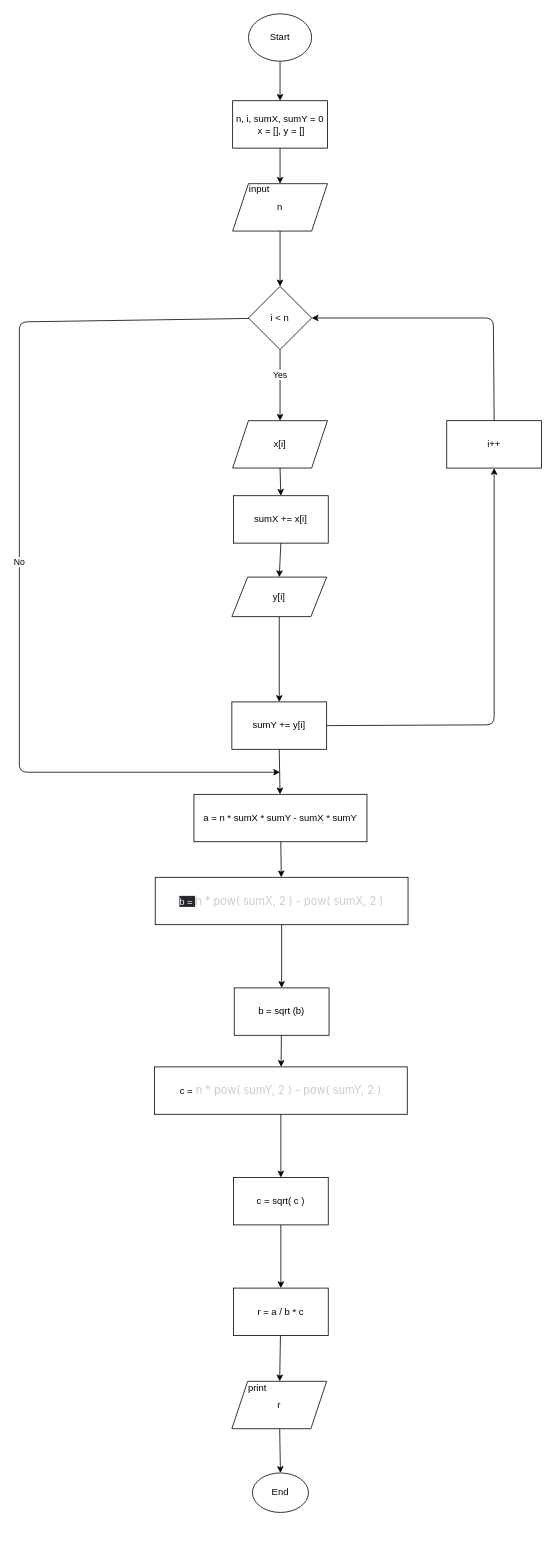
Before: correlation/model.drawio in AhmedSaladin/studies, a draw.io diagram. Source tidied: cells renumbered, new cells numbered last; positions are measured from the earlier drawing's top-left corner, leaving out a move shared by most shapes. Both pictures are drawn from the tidied source at 79%, with x=0, y=0 at pixel (19, 13).
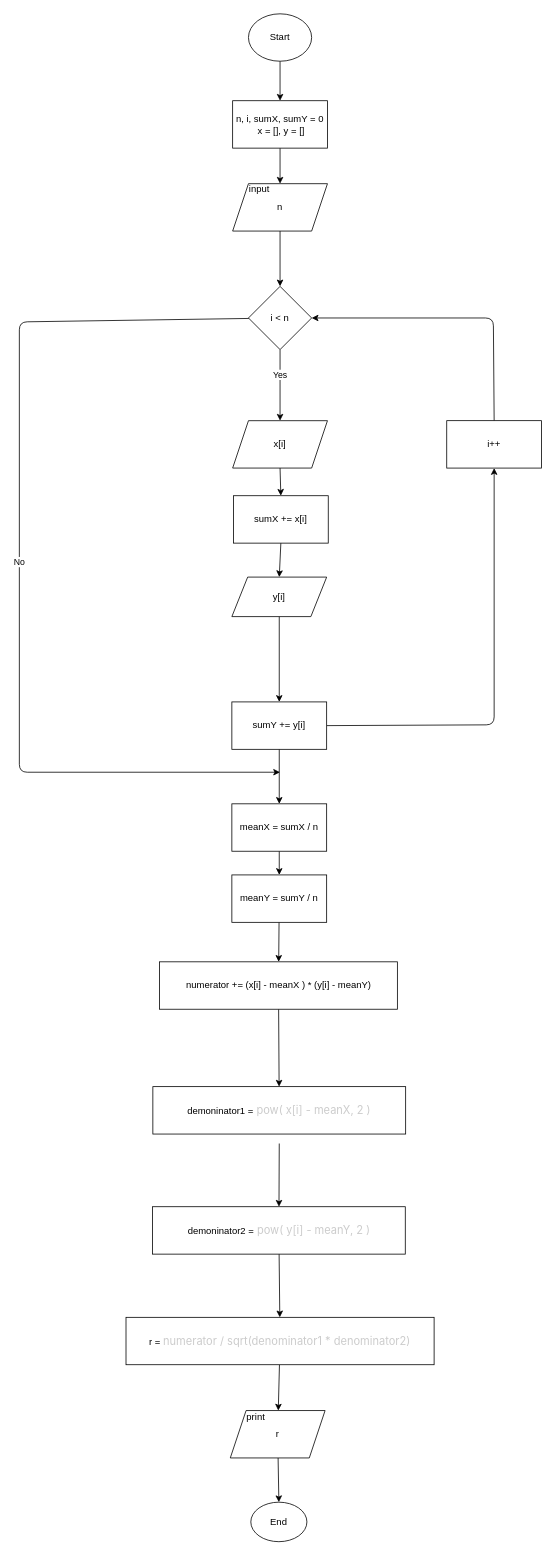
Above is the later version.

Commit message (it also covers changes not shown here):
fix algorithm bug

Unchanged cells that the change refers to:
```xml
<mxCell id="23" value="sumY += y[i]" style="rounded=0;whiteSpace=wrap;html=1;" parent="1" vertex="1">
  <mxGeometry x="269" y="871" width="120" height="60" as="geometry" />
</mxCell>
```

The edit, as a diff of the source:
```diff
@@
-    <mxCell id="22" style="edgeStyle=none;html=1;exitX=0.5;exitY=1;exitDx=0;exitDy=0;" parent="1" edge="1" source="23" target="25">
-      <mxGeometry relative="1" as="geometry" />
-    </mxCell>
+    <mxCell id="40" style="edgeStyle=none;html=1;" parent="1" edge="1" source="23" target="43">
+      <mxGeometry relative="1" as="geometry" />
+    </mxCell>
@@
-    <mxCell id="24" style="edgeStyle=none;html=1;" parent="1" edge="1" source="25" target="27">
-      <mxGeometry relative="1" as="geometry" />
-    </mxCell>
+    <mxCell id="41" style="edgeStyle=none;html=1;" parent="1" edge="1" source="25" target="29">
+      <mxGeometry relative="1" as="geometry" />
+    </mxCell>
-    <mxCell id="25" value="a = n * sumX * sumY - sumX * sumY" style="rounded=0;whiteSpace=wrap;html=1;" parent="1" vertex="1">
-      <mxGeometry x="221" y="988" width="219" height="60" as="geometry" />
+    <mxCell id="25" value="numerator += (x[i] - meanX ) * (y[i] - meanY)" style="rounded=0;whiteSpace=wrap;html=1;" parent="1" vertex="1">
+      <mxGeometry x="177.5" y="1200" width="301" height="60" as="geometry" />
     </mxCell>
-    <mxCell id="26" style="edgeStyle=none;html=1;" parent="1" edge="1" source="27" target="33">
-      <mxGeometry relative="1" as="geometry" />
-    </mxCell>
-    <mxCell id="27" value="&lt;span style=&quot;color: rgb(240, 240, 240); font-family: Helvetica; font-size: 12px; font-style: normal; font-variant-ligatures: normal; font-variant-caps: normal; font-weight: 400; letter-spacing: normal; orphans: 2; text-align: center; text-indent: 0px; text-transform: none; widows: 2; word-spacing: 0px; -webkit-text-stroke-width: 0px; background-color: rgb(42, 37, 47); text-decoration-thickness: initial; text-decoration-style: initial; text-decoration-color: initial; float: none; display: inline !important;&quot;&gt;b =&amp;nbsp;&lt;/span&gt;&lt;span style=&quot;color: rgb(204, 204, 204); font-family: -apple-system, &amp;quot;system-ui&amp;quot;, &amp;quot;Segoe WPC&amp;quot;, &amp;quot;Segoe UI&amp;quot;, system-ui, Ubuntu, &amp;quot;Droid Sans&amp;quot;, sans-serif; font-size: 14px; text-align: left;&quot;&gt;n * pow( sumX, 2 ) - pow( sumX, 2 )&lt;/span&gt;" style="whiteSpace=wrap;html=1;" parent="1" vertex="1">
-      <mxGeometry x="172" y="1093" width="320" height="60" as="geometry" />
-    </mxCell>
-    <mxCell id="28" style="edgeStyle=none;html=1;" parent="1" edge="1" source="29" target="31">
-      <mxGeometry relative="1" as="geometry" />
+    <mxCell id="28" style="edgeStyle=none;html=1;" parent="1" edge="1" target="31">
+      <mxGeometry relative="1" as="geometry">
+        <mxPoint x="329" y="1430" as="sourcePoint" />
+      </mxGeometry>
     </mxCell>
-    <mxCell id="29" value="c =&lt;span style=&quot;color: rgb(204, 204, 204); font-family: -apple-system, &amp;quot;system-ui&amp;quot;, &amp;quot;Segoe WPC&amp;quot;, &amp;quot;Segoe UI&amp;quot;, system-ui, Ubuntu, &amp;quot;Droid Sans&amp;quot;, sans-serif; font-size: 14px; text-align: left;&quot;&gt;&amp;nbsp;n * pow( sumY, 2 ) - pow( sumY, 2 )&lt;/span&gt;" style="whiteSpace=wrap;html=1;" parent="1" vertex="1">
-      <mxGeometry x="171" y="1333" width="320" height="60" as="geometry" />
+    <mxCell id="29" value="demoninator1 =&lt;span style=&quot;color: rgb(204, 204, 204); font-family: -apple-system, &amp;quot;system-ui&amp;quot;, &amp;quot;Segoe WPC&amp;quot;, &amp;quot;Segoe UI&amp;quot;, system-ui, Ubuntu, &amp;quot;Droid Sans&amp;quot;, sans-serif; font-size: 14px; text-align: left;&quot;&gt;&amp;nbsp;pow( x[i] - meanX, 2 )&lt;/span&gt;" style="whiteSpace=wrap;html=1;" parent="1" vertex="1">
+      <mxGeometry x="169" y="1358" width="320" height="60" as="geometry" />
     </mxCell>
@@
-    <mxCell id="31" value="c = sqrt( c )" style="whiteSpace=wrap;html=1;" parent="1" vertex="1">
-      <mxGeometry x="271" y="1473" width="120" height="60" as="geometry" />
+    <mxCell id="31" value="demoninator2 =&lt;span style=&quot;color: rgb(204, 204, 204); font-family: -apple-system, &amp;quot;system-ui&amp;quot;, &amp;quot;Segoe WPC&amp;quot;, &amp;quot;Segoe UI&amp;quot;, system-ui, Ubuntu, &amp;quot;Droid Sans&amp;quot;, sans-serif; font-size: 14px; text-align: left;&quot;&gt;&amp;nbsp;pow( y[i] - meanY, 2 )&lt;/span&gt;" style="whiteSpace=wrap;html=1;" parent="1" vertex="1">
+      <mxGeometry x="168.5" y="1510" width="320" height="60" as="geometry" />
     </mxCell>
-    <mxCell id="32" style="edgeStyle=none;html=1;" parent="1" edge="1" source="33" target="29">
-      <mxGeometry relative="1" as="geometry" />
-    </mxCell>
-    <mxCell id="33" value="b = sqrt (b)" style="whiteSpace=wrap;html=1;" parent="1" vertex="1">
-      <mxGeometry x="272" y="1233" width="120" height="60" as="geometry" />
-    </mxCell>
@@
-    <mxCell id="35" value="r = a / b * c" style="whiteSpace=wrap;html=1;" parent="1" vertex="1">
-      <mxGeometry x="271" y="1613" width="120" height="60" as="geometry" />
+    <mxCell id="35" value="r =&amp;nbsp;&lt;span style=&quot;color: rgb(204, 204, 204); font-family: -apple-system, &amp;quot;system-ui&amp;quot;, &amp;quot;Segoe WPC&amp;quot;, &amp;quot;Segoe UI&amp;quot;, system-ui, Ubuntu, &amp;quot;Droid Sans&amp;quot;, sans-serif; font-size: 14px; text-align: left;&quot;&gt;numerator / sqrt(denominator1 * denominator2)&lt;/span&gt;" style="whiteSpace=wrap;html=1;" parent="1" vertex="1">
+      <mxGeometry x="135" y="1650" width="390" height="60" as="geometry" />
     </mxCell>
@@
     <mxCell id="37" value="r" style="shape=parallelogram;perimeter=parallelogramPerimeter;whiteSpace=wrap;html=1;fixedSize=1;" parent="1" vertex="1">
-      <mxGeometry x="269" y="1731" width="120" height="60" as="geometry" />
+      <mxGeometry x="267" y="1768" width="120" height="60" as="geometry" />
     </mxCell>
     <mxCell id="38" value="print" style="text;html=1;strokeColor=none;fillColor=none;align=center;verticalAlign=middle;whiteSpace=wrap;rounded=0;" parent="1" vertex="1">
-      <mxGeometry x="277" y="1730" width="49" height="20" as="geometry" />
+      <mxGeometry x="275" y="1767" width="49" height="20" as="geometry" />
     </mxCell>
     <mxCell id="39" value="End" style="ellipse;whiteSpace=wrap;html=1;" parent="1" vertex="1">
-      <mxGeometry x="295" y="1847" width="71" height="50" as="geometry" />
+      <mxGeometry x="293" y="1884" width="71" height="50" as="geometry" />
     </mxCell>
+    <mxCell id="42" style="edgeStyle=none;html=1;" parent="1" edge="1" source="43" target="45">
+      <mxGeometry relative="1" as="geometry" />
+    </mxCell>
+    <mxCell id="43" value="meanX = sumX / n" style="whiteSpace=wrap;html=1;" parent="1" vertex="1">
+      <mxGeometry x="269" y="1000" width="120" height="60" as="geometry" />
+    </mxCell>
+    <mxCell id="44" style="edgeStyle=none;html=1;" parent="1" edge="1" source="45" target="25">
+      <mxGeometry relative="1" as="geometry" />
+    </mxCell>
+    <mxCell id="45" value="meanY = sumY / n" style="whiteSpace=wrap;html=1;" parent="1" vertex="1">
+      <mxGeometry x="269" y="1090" width="120" height="60" as="geometry" />
+    </mxCell>
```
